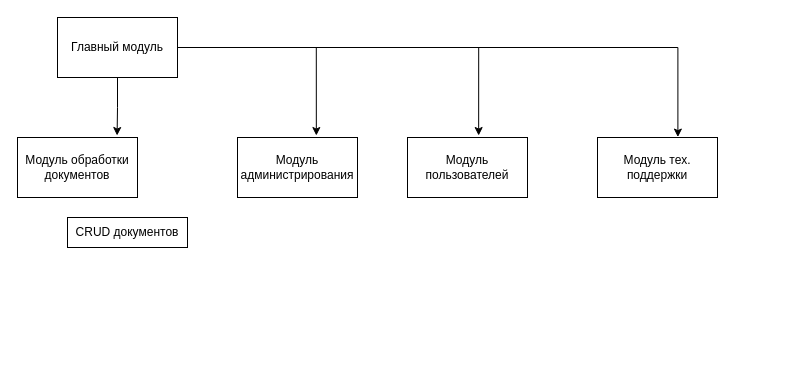
This is 4трпо2.drawio from Malginn/Labs_TSU, a draw.io file, before an edit. Source tidied: cells renumbered, new cells numbered last; positions are measured from the earlier drawing's top-left corner, leaving out a move shared by most shapes. Both pictures are drawn from the tidied source at 100%, with x=0, y=0 at pixel (17, 17).
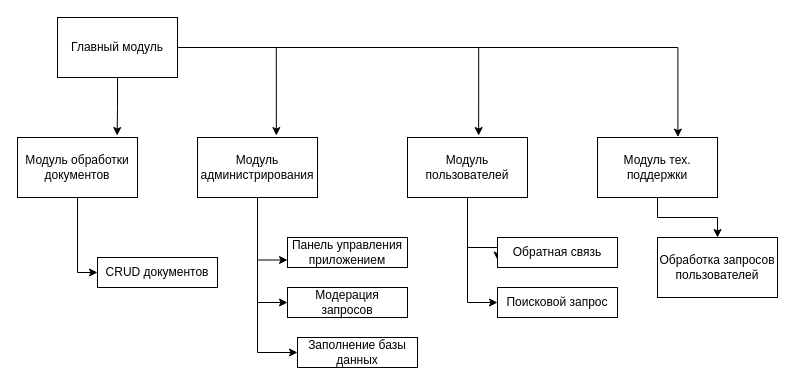
After the change.

The change refers to these unchanged cells:
```xml
<mxCell id="3" value="Модуль обработки документов" style="rounded=0;whiteSpace=wrap;html=1;" parent="1" vertex="1">
  <mxGeometry y="120" width="120" height="60" as="geometry" />
</mxCell>
<mxCell id="5" value="Модуль пользователей" style="rounded=0;whiteSpace=wrap;html=1;" parent="1" vertex="1">
  <mxGeometry x="390" y="120" width="120" height="60" as="geometry" />
</mxCell>
<mxCell id="6" value="Модуль тех. поддержки" style="rounded=0;whiteSpace=wrap;html=1;" parent="1" vertex="1">
  <mxGeometry x="580" y="120" width="120" height="60" as="geometry" />
</mxCell>
```

The edit, as a diff of the source:
```diff
@@
+    <mxCell id="12" style="edgeStyle=orthogonalEdgeStyle;rounded=0;jettySize=auto;html=1;entryX=0;entryY=0.5;entryDx=0;entryDy=0;" parent="1" edge="1" source="3" target="11">
+      <mxGeometry relative="1" as="geometry" />
+    </mxCell>
@@
+    <mxCell id="13" style="edgeStyle=orthogonalEdgeStyle;rounded=0;jettySize=auto;html=1;entryX=0;entryY=0.75;entryDx=0;entryDy=0;" parent="1" edge="1" source="4" target="19">
+      <mxGeometry relative="1" as="geometry" />
+    </mxCell>
+    <mxCell id="14" style="edgeStyle=orthogonalEdgeStyle;rounded=0;jettySize=auto;html=1;entryX=0;entryY=0.5;entryDx=0;entryDy=0;" parent="1" edge="1" source="4" target="20">
+      <mxGeometry relative="1" as="geometry" />
+    </mxCell>
+    <mxCell id="15" style="edgeStyle=orthogonalEdgeStyle;rounded=0;jettySize=auto;html=1;entryX=0;entryY=0.5;entryDx=0;entryDy=0;" parent="1" edge="1" source="4" target="21">
+      <mxGeometry relative="1" as="geometry" />
+    </mxCell>
     <mxCell id="4" value="Модуль администрирования" style="rounded=0;whiteSpace=wrap;html=1;" parent="1" vertex="1">
-      <mxGeometry x="220" y="120" width="120" height="60" as="geometry" />
+      <mxGeometry x="180" y="120" width="120" height="60" as="geometry" />
     </mxCell>
+    <mxCell id="16" style="edgeStyle=orthogonalEdgeStyle;rounded=0;jettySize=auto;html=1;entryX=0;entryY=0.75;entryDx=0;entryDy=0;" parent="1" edge="1" source="5" target="22">
+      <mxGeometry relative="1" as="geometry">
+        <Array as="points">
+          <mxPoint x="450" y="230" />
+          <mxPoint x="480" y="230" />
+        </Array>
+      </mxGeometry>
+    </mxCell>
+    <mxCell id="17" style="edgeStyle=orthogonalEdgeStyle;rounded=0;jettySize=auto;html=1;entryX=0;entryY=0.5;entryDx=0;entryDy=0;" parent="1" edge="1" source="5" target="23">
+      <mxGeometry relative="1" as="geometry" />
+    </mxCell>
@@
+    <mxCell id="18" style="edgeStyle=orthogonalEdgeStyle;rounded=0;jettySize=auto;html=1;" parent="1" edge="1" source="6" target="24">
+      <mxGeometry relative="1" as="geometry" />
+    </mxCell>
@@
     <mxCell id="11" value="CRUD документов" style="rounded=0;whiteSpace=wrap;html=1;" parent="1" vertex="1">
-      <mxGeometry x="50" y="200" width="120" height="30" as="geometry" />
+      <mxGeometry x="80" y="240" width="120" height="30" as="geometry" />
     </mxCell>
+    <mxCell id="19" value="Панель управления приложением" style="rounded=0;whiteSpace=wrap;html=1;" parent="1" vertex="1">
+      <mxGeometry x="270" y="220" width="120" height="30" as="geometry" />
+    </mxCell>
+    <mxCell id="20" value="Модерация запросов" style="rounded=0;whiteSpace=wrap;html=1;" parent="1" vertex="1">
+      <mxGeometry x="270" y="270" width="120" height="30" as="geometry" />
+    </mxCell>
+    <mxCell id="21" value="Заполнение базы данных" style="rounded=0;whiteSpace=wrap;html=1;" parent="1" vertex="1">
+      <mxGeometry x="280" y="320" width="120" height="30" as="geometry" />
+    </mxCell>
+    <mxCell id="22" value="Обратная связь" style="rounded=0;whiteSpace=wrap;html=1;" parent="1" vertex="1">
+      <mxGeometry x="480" y="220" width="120" height="30" as="geometry" />
+    </mxCell>
+    <mxCell id="23" value="Поисковой запрос" style="rounded=0;whiteSpace=wrap;html=1;" parent="1" vertex="1">
+      <mxGeometry x="480" y="270" width="120" height="30" as="geometry" />
+    </mxCell>
+    <mxCell id="24" value="Обработка запросов пользователей" style="whiteSpace=wrap;html=1;rounded=0;" parent="1" vertex="1">
+      <mxGeometry x="640" y="220" width="120" height="60" as="geometry" />
+    </mxCell>
```
